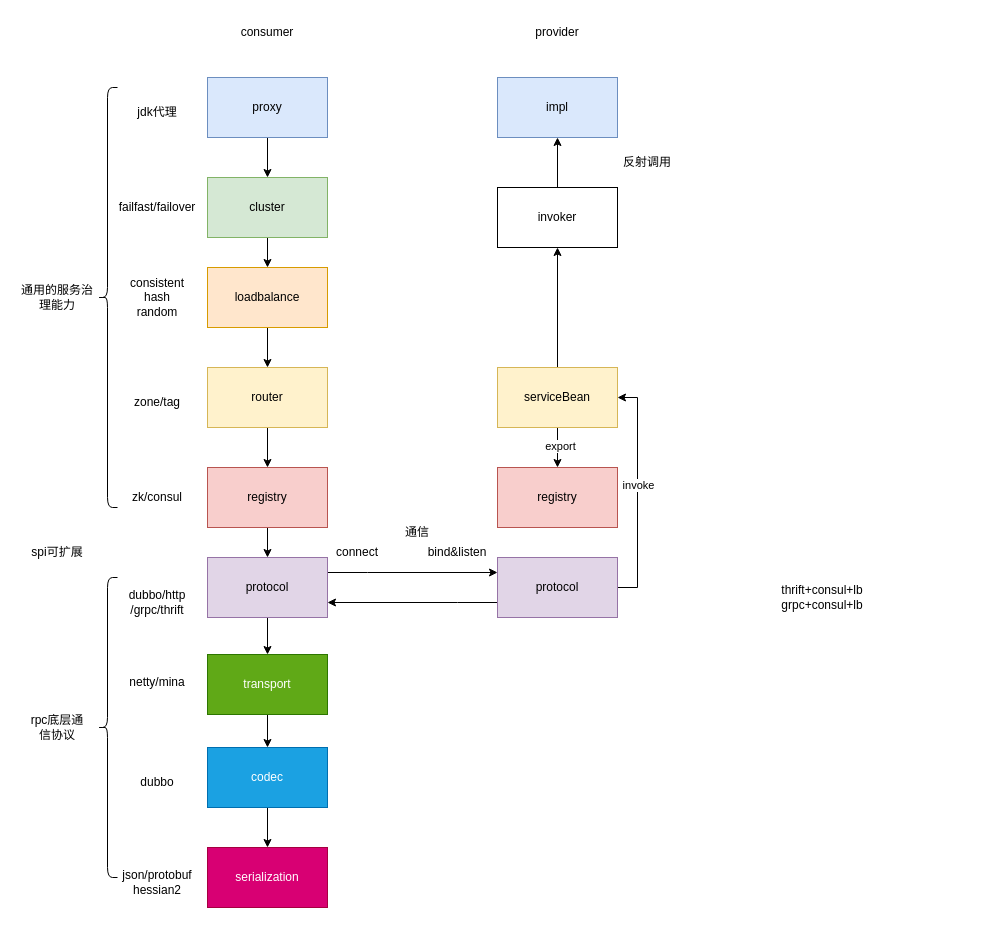
The draw.io diagram dubbo架构层次.drawio in jessin20161124/javase1, before the edit. Source tidied: cells renumbered, new cells numbered last; positions are measured from the earlier drawing's top-left corner, leaving out a move shared by most shapes. Both pictures are drawn from the tidied source at 100%, with x=0, y=0 at pixel (17, 17).
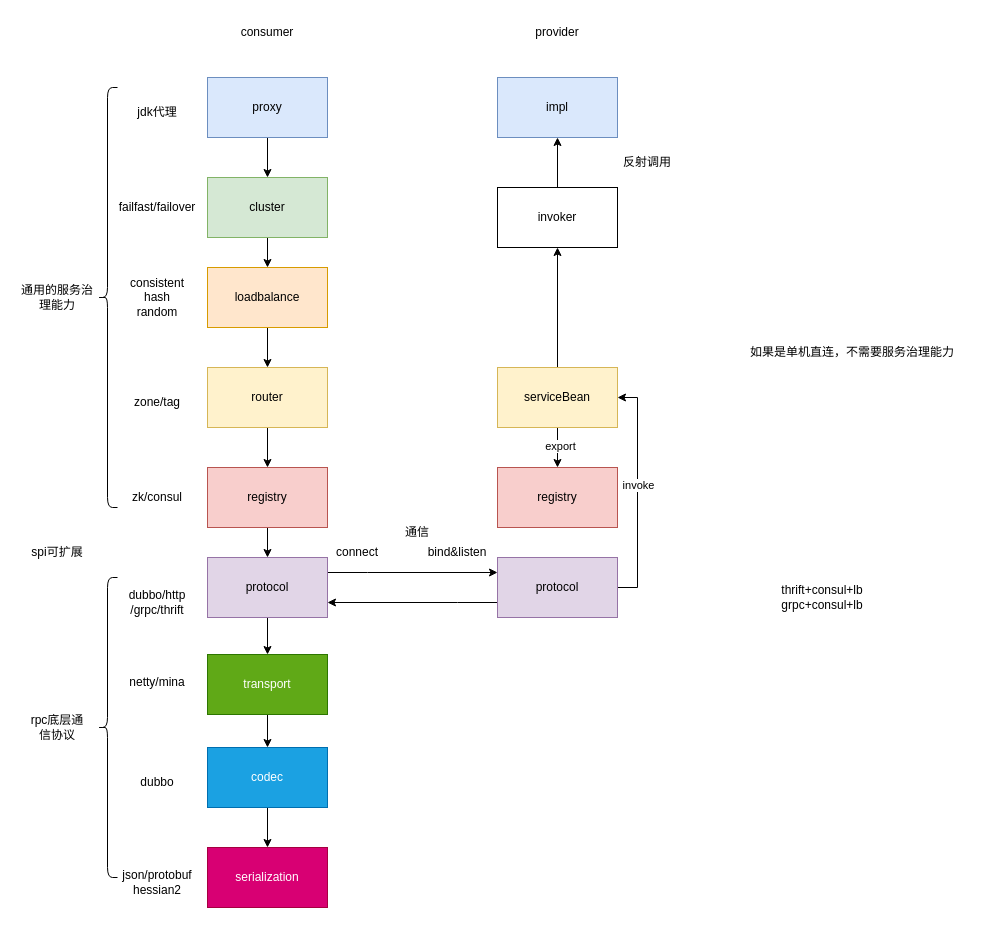
The same page after the edit.

Commit message:
更新dubbo架构层次.drawio

What changed in the source:
```diff
@@
+    <mxCell id="53" value="如果是单机直连，不需要服务治理能力" style="text;html=1;strokeColor=none;fillColor=none;align=center;verticalAlign=middle;whiteSpace=wrap;rounded=0;" parent="1" vertex="1">
+      <mxGeometry x="720" y="320" width="230" height="30" as="geometry" />
+    </mxCell>
```
